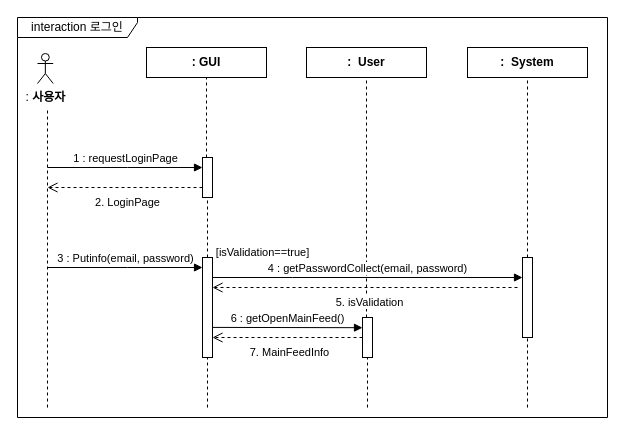
This is page "로그인" (6 of 31) of KB 3기 2반 5조.drawio from C0012S/SoBe-it, a draw.io file, before an edit. Source tidied: cells renumbered, new cells numbered last; positions are measured from the earlier drawing's top-left corner, leaving out a move shared by most shapes. Both pictures are drawn from the tidied source at 100%, with x=0, y=0 at pixel (17, 17).
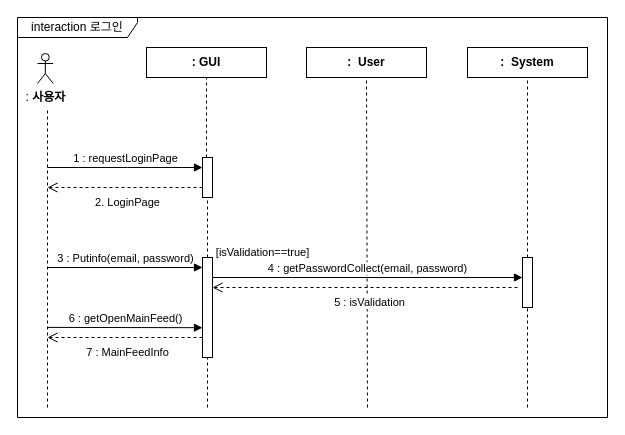
The same diagram, later.

Unchanged cells that the change refers to:
```xml
<mxCell id="11" style="html=1;points=[];perimeter=orthogonalPerimeter;outlineConnect=0;targetShapes=umlLifeline;portConstraint=eastwest;newEdgeStyle={&quot;edgeStyle&quot;:&quot;elbowEdgeStyle&quot;,&quot;elbow&quot;:&quot;vertical&quot;,&quot;curved&quot;:0,&quot;rounded&quot;:0};" parent="1" vertex="1">
  <mxGeometry x="185" y="240" width="10" height="100" as="geometry" />
</mxCell>
<mxCell id="22" value="&lt;b&gt;:&amp;nbsp; User&lt;/b&gt;" style="rounded=0;whiteSpace=wrap;html=1;" parent="1" vertex="1">
  <mxGeometry x="289" y="30" width="120" height="30" as="geometry" />
</mxCell>
```

The edit, as a diff of the source:
```diff
@@
-    <mxCell id="4" style="endArrow=none;dashed=1;html=1;rounded=0;entryX=0.5;entryY=1;entryDx=0;entryDy=0;" parent="1" edge="1" source="17" target="22">
-      <mxGeometry relative="1" as="geometry" />
+    <mxCell id="4" style="endArrow=none;dashed=1;html=1;rounded=0;entryX=0.5;entryY=1;entryDx=0;entryDy=0;" parent="1" edge="1" target="22">
+      <mxGeometry relative="1" as="geometry">
+        <mxPoint x="350" y="390" as="sourcePoint" />
+      </mxGeometry>
     </mxCell>
@@
     <mxCell id="13" style="html=1;points=[];perimeter=orthogonalPerimeter;outlineConnect=0;targetShapes=umlLifeline;portConstraint=eastwest;newEdgeStyle={&quot;edgeStyle&quot;:&quot;elbowEdgeStyle&quot;,&quot;elbow&quot;:&quot;vertical&quot;,&quot;curved&quot;:0,&quot;rounded&quot;:0};" parent="1" vertex="1">
-      <mxGeometry x="505" y="240" width="10" height="80" as="geometry" />
+      <mxGeometry x="505" y="240" width="10" height="50" as="geometry" />
     </mxCell>
@@
-    <mxCell id="15" value="5. isValidation" style="html=1;verticalAlign=bottom;endArrow=open;dashed=1;endSize=8;edgeStyle=elbowEdgeStyle;elbow=vertical;curved=0;rounded=0;" parent="1" edge="1">
+    <mxCell id="15" value="5 : isValidation" style="html=1;verticalAlign=bottom;endArrow=open;dashed=1;endSize=8;edgeStyle=elbowEdgeStyle;elbow=vertical;curved=0;rounded=0;" parent="1" edge="1">
       <mxGeometry x="-0.03" y="24" relative="1" as="geometry">
         <mxPoint x="500" y="270" as="sourcePoint" />
         <mxPoint x="195" y="270.1" as="targetPoint" />
       </mxGeometry>
     </mxCell>
-    <mxCell id="16" style="endArrow=none;dashed=1;html=1;rounded=0;" parent="1" edge="1" target="17">
-      <mxGeometry relative="1" as="geometry">
-        <mxPoint x="350" y="390" as="sourcePoint" />
-      </mxGeometry>
-    </mxCell>
-    <mxCell id="17" style="html=1;points=[];perimeter=orthogonalPerimeter;outlineConnect=0;targetShapes=umlLifeline;portConstraint=eastwest;newEdgeStyle={&quot;edgeStyle&quot;:&quot;elbowEdgeStyle&quot;,&quot;elbow&quot;:&quot;vertical&quot;,&quot;curved&quot;:0,&quot;rounded&quot;:0};" parent="1" vertex="1">
-      <mxGeometry x="345" y="300" width="10" height="40" as="geometry" />
-    </mxCell>
-    <mxCell id="18" value="6 : getOpenMainFeed()" style="html=1;verticalAlign=bottom;endArrow=block;edgeStyle=elbowEdgeStyle;elbow=vertical;curved=0;rounded=0;" parent="1" edge="1">
+    <mxCell id="18" value="6 : getOpenMainFeed()" style="html=1;verticalAlign=bottom;endArrow=block;edgeStyle=elbowEdgeStyle;elbow=vertical;curved=0;rounded=0;" parent="1" edge="1" target="11">
       <mxGeometry relative="1" as="geometry">
-        <mxPoint x="195" y="309.9" as="sourcePoint" />
-        <mxPoint x="345" y="310.2" as="targetPoint" />
+        <mxPoint x="30" y="309.9" as="sourcePoint" />
         <Array as="points">
-          <mxPoint x="350" y="310.2" />
+          <mxPoint x="185" y="310.2" />
         </Array>
       </mxGeometry>
     </mxCell>
-    <mxCell id="19" value="7. MainFeedInfo" style="html=1;verticalAlign=bottom;endArrow=open;dashed=1;endSize=8;edgeStyle=elbowEdgeStyle;elbow=vertical;curved=0;rounded=0;" parent="1" edge="1" source="17">
+    <mxCell id="19" value="7 : MainFeedInfo" style="html=1;verticalAlign=bottom;endArrow=open;dashed=1;endSize=8;edgeStyle=elbowEdgeStyle;elbow=vertical;curved=0;rounded=0;" parent="1" edge="1" source="11">
       <mxGeometry x="-0.03" y="24" relative="1" as="geometry">
-        <mxPoint x="195" y="320" as="targetPoint" />
+        <mxPoint x="30" y="320" as="targetPoint" />
+        <Array as="points">
+          <mxPoint x="190" y="320" />
+        </Array>
       </mxGeometry>
     </mxCell>
```
